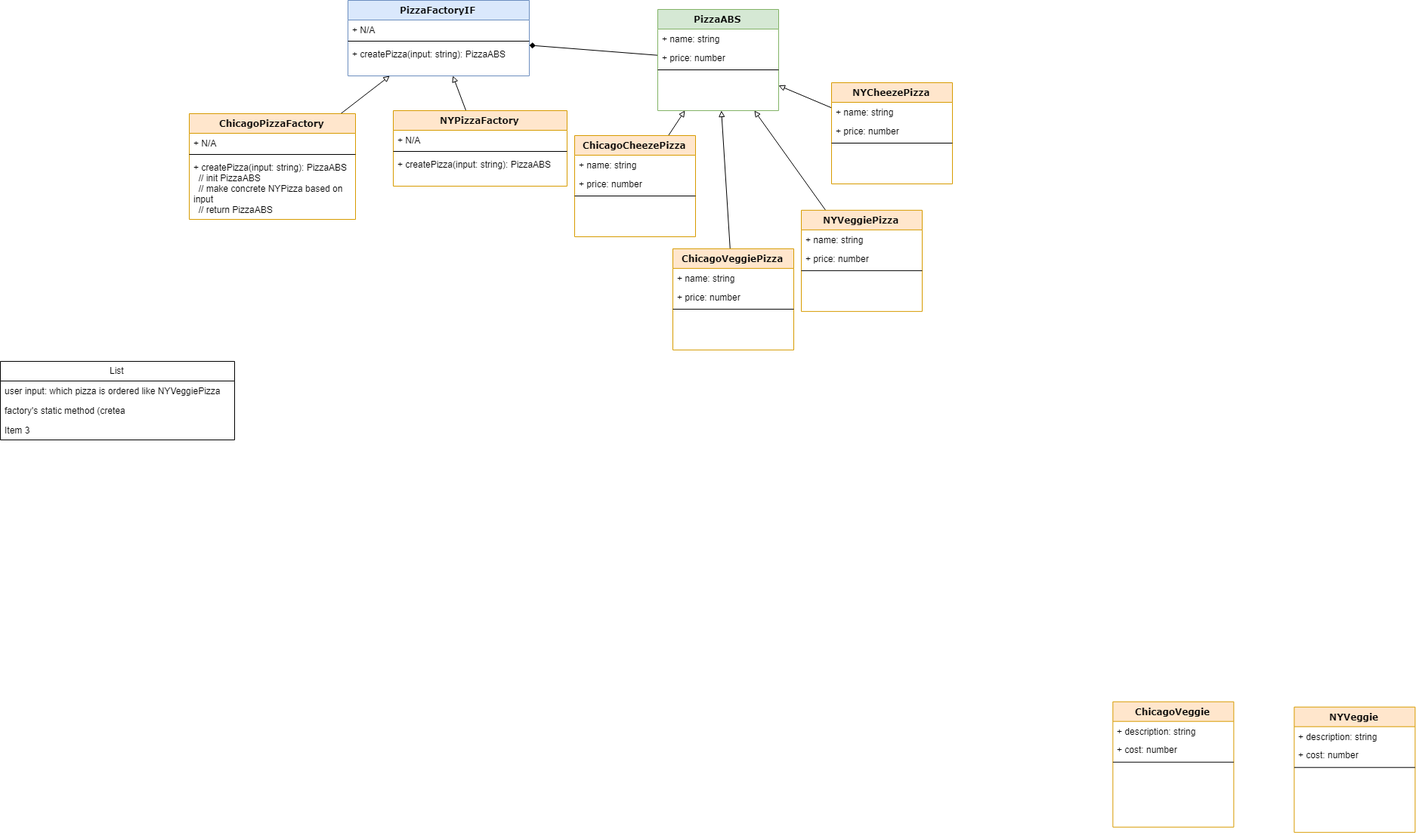
This is factory_pattern.png from stsiwo/typeScript_workspace, a draw.io export, as it was before one commit. Source tidied: cells renumbered, new cells last; positions are measured from the earlier drawing's top-left corner, leaving out a move shared by most shapes.
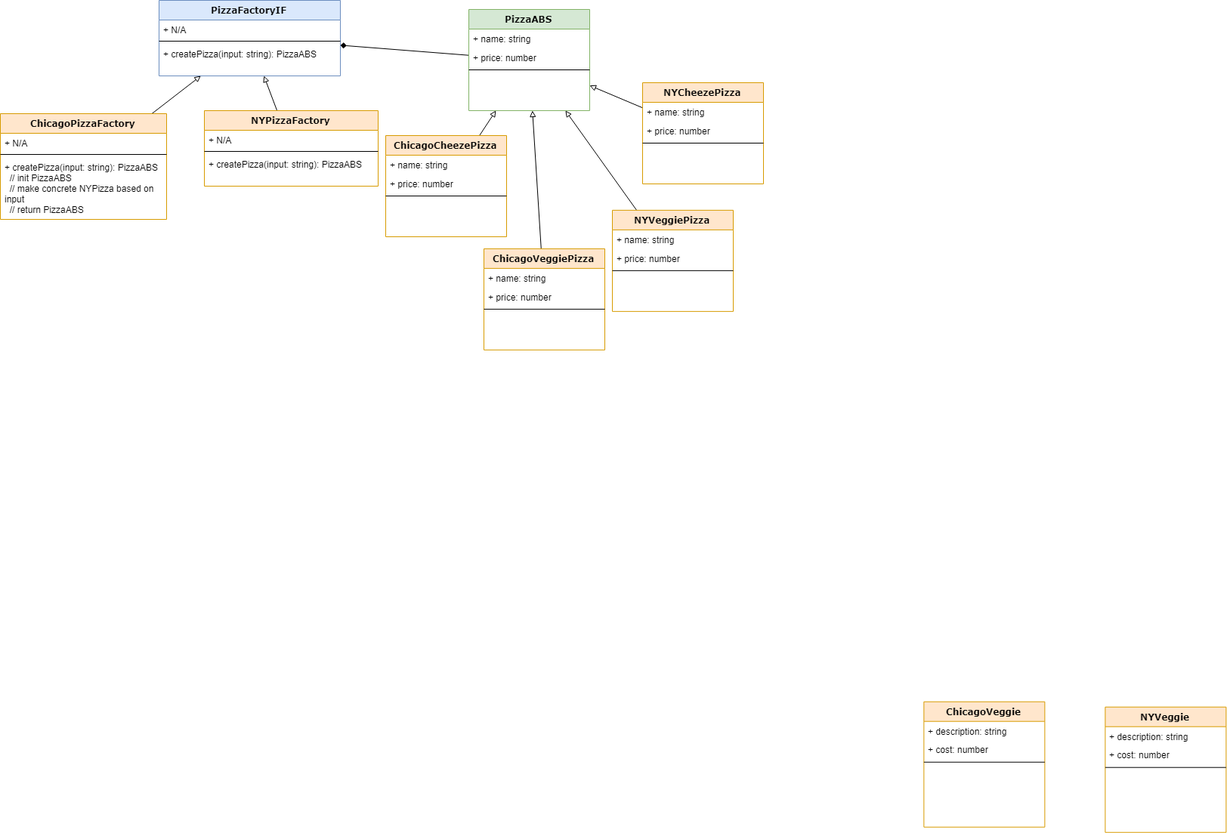
The same file after the commit.

Diff of the diagram source:
```diff
@@ -53,18 +53,6 @@
     <mxCell id="18" style="line;html=1;strokeWidth=1;fillColor=none;align=left;verticalAlign=middle;spacingTop=-1;spacingLeft=3;spacingRight=3;labelPosition=right;" parent="15" vertex="1">
       <mxGeometry y="76" width="160" height="8" as="geometry" />
     </mxCell>
-    <mxCell id="19" value="List" style="swimlane;fontStyle=0;horizontal=1;startSize=26;fillColor=none;" parent="1" vertex="1">
-      <mxGeometry y="478" width="310" height="104" as="geometry" />
-    </mxCell>
-    <mxCell id="20" value="user input: which pizza is ordered like NYVeggiePizza" style="text;strokeColor=none;fillColor=none;align=left;verticalAlign=top;spacingLeft=4;spacingRight=4;overflow=hidden;" parent="19" vertex="1">
-      <mxGeometry y="26" width="310" height="26" as="geometry" />
-    </mxCell>
-    <mxCell id="21" value="factory's static method (cretea" style="text;strokeColor=none;fillColor=none;align=left;verticalAlign=top;spacingLeft=4;spacingRight=4;overflow=hidden;" parent="19" vertex="1">
-      <mxGeometry y="52" width="310" height="26" as="geometry" />
-    </mxCell>
-    <mxCell id="22" value="Item 3" style="text;strokeColor=none;fillColor=none;align=left;verticalAlign=top;spacingLeft=4;spacingRight=4;overflow=hidden;" parent="19" vertex="1">
-      <mxGeometry y="78" width="310" height="26" as="geometry" />
-    </mxCell>
     <mxCell id="23" style="edgeStyle=none;rounded=0;html=1;endArrow=block;endFill=0;jettySize=auto;" parent="1" edge="1" source="24" target="7">
       <mxGeometry relative="1" as="geometry" />
     </mxCell>
```
